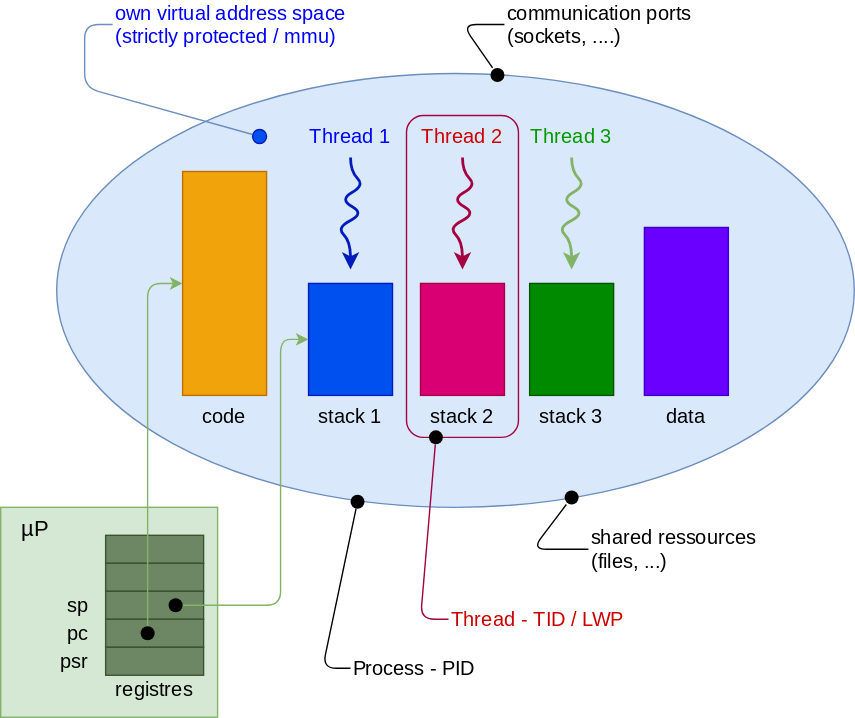
The draw.io diagram docs/lecture/programmation-systeme/ordonnanceur/img/thread-model.drawio.svg in mse-csel/website, before a commit. Source tidied: cells renumbered, new cells last; positions are measured from the earlier drawing's top-left corner, leaving out a move shared by most shapes. Source of this version:
```xml
<mxGraphModel>
  <root>
    <mxCell id="0" />
    <mxCell id="1" parent="0" />
    <mxCell id="2" style="ellipse;whiteSpace=wrap;html=1;fillColor=#dae8fc;strokeColor=#6c8ebf;fontFamily=Roboto;fontSource=https%3A%2F%2Ffonts.googleapis.com%2Fcss%3Ffamily%3DRoboto;fontSize=14;" parent="1" vertex="1">
      <mxGeometry x="40" y="50" width="570" height="310" as="geometry" />
    </mxCell>
    <mxCell id="3" style="rounded=0;whiteSpace=wrap;html=1;fillColor=#f0a30a;strokeColor=#BD7000;fontColor=#000000;fontFamily=Roboto;fontSource=https%3A%2F%2Ffonts.googleapis.com%2Fcss%3Ffamily%3DRoboto;fontSize=14;" parent="1" vertex="1">
      <mxGeometry x="130" y="120" width="60" height="160" as="geometry" />
    </mxCell>
    <mxCell id="4" style="rounded=0;whiteSpace=wrap;html=1;fillColor=#6a00ff;strokeColor=#3700CC;fontColor=#ffffff;fontFamily=Roboto;fontSource=https%3A%2F%2Ffonts.googleapis.com%2Fcss%3Ffamily%3DRoboto;fontSize=14;" parent="1" vertex="1">
      <mxGeometry x="460" y="160" width="60" height="120" as="geometry" />
    </mxCell>
    <mxCell id="5" style="rounded=0;whiteSpace=wrap;html=1;fillColor=#0050ef;strokeColor=#001DBC;fontColor=#ffffff;fontFamily=Roboto;fontSource=https%3A%2F%2Ffonts.googleapis.com%2Fcss%3Ffamily%3DRoboto;fontSize=14;" parent="1" vertex="1">
      <mxGeometry x="220" y="200" width="60" height="80" as="geometry" />
    </mxCell>
    <mxCell id="6" value="code" style="text;html=1;strokeColor=none;fillColor=none;align=center;verticalAlign=middle;whiteSpace=wrap;rounded=0;fontFamily=Roboto;fontSource=https%3A%2F%2Ffonts.googleapis.com%2Fcss%3Ffamily%3DRoboto;fontSize=14;" parent="1" vertex="1">
      <mxGeometry x="130" y="280" width="60" height="30" as="geometry" />
    </mxCell>
    <mxCell id="7" value="data" style="text;html=1;strokeColor=none;fillColor=none;align=center;verticalAlign=middle;whiteSpace=wrap;rounded=0;fontFamily=Roboto;fontSource=https%3A%2F%2Ffonts.googleapis.com%2Fcss%3Ffamily%3DRoboto;fontSize=14;" parent="1" vertex="1">
      <mxGeometry x="460" y="280" width="60" height="30" as="geometry" />
    </mxCell>
    <mxCell id="8" value="stack 1" style="text;html=1;strokeColor=none;fillColor=none;align=center;verticalAlign=middle;whiteSpace=wrap;rounded=0;fontFamily=Roboto;fontSource=https%3A%2F%2Ffonts.googleapis.com%2Fcss%3Ffamily%3DRoboto;fontSize=14;" parent="1" vertex="1">
      <mxGeometry x="220" y="280" width="60" height="30" as="geometry" />
    </mxCell>
    <mxCell id="9" style="edgeStyle=none;html=1;entryX=0;entryY=0.5;entryDx=0;entryDy=0;fontFamily=Roboto;fontSource=https%3A%2F%2Ffonts.googleapis.com%2Fcss%3Ffamily%3DRoboto;fontSize=14;endArrow=none;endFill=0;" parent="1" edge="1" source="10" target="19">
      <mxGeometry relative="1" as="geometry">
        <Array as="points">
          <mxPoint x="380" y="390" />
        </Array>
      </mxGeometry>
    </mxCell>
    <mxCell id="10" style="shape=ellipse;fillColor=#000000;strokeColor=none;html=1;sketch=0;fontFamily=Roboto;fontSource=https%3A%2F%2Ffonts.googleapis.com%2Fcss%3Ffamily%3DRoboto;fontSize=14;" parent="1" vertex="1">
      <mxGeometry x="403" y="348" width="10" height="10" as="geometry" />
    </mxCell>
    <mxCell id="11" style="edgeStyle=none;html=1;entryX=0;entryY=0.5;entryDx=0;entryDy=0;fontFamily=Roboto;fontSource=https%3A%2F%2Ffonts.googleapis.com%2Fcss%3Ffamily%3DRoboto;fontSize=14;endArrow=none;endFill=0;" parent="1" edge="1" source="12" target="20">
      <mxGeometry relative="1" as="geometry">
        <Array as="points">
          <mxPoint x="230" y="475" />
        </Array>
      </mxGeometry>
    </mxCell>
    <mxCell id="12" style="shape=ellipse;fillColor=#000000;strokeColor=none;html=1;sketch=0;fontFamily=Roboto;fontSource=https%3A%2F%2Ffonts.googleapis.com%2Fcss%3Ffamily%3DRoboto;fontSize=14;" parent="1" vertex="1">
      <mxGeometry x="250" y="351" width="10" height="10" as="geometry" />
    </mxCell>
    <mxCell id="13" style="edgeStyle=none;html=1;entryX=0;entryY=0.5;entryDx=0;entryDy=0;fontFamily=Roboto;fontSource=https%3A%2F%2Ffonts.googleapis.com%2Fcss%3Ffamily%3DRoboto;fontSize=14;endArrow=none;endFill=0;" parent="1" edge="1" source="14" target="17">
      <mxGeometry relative="1" as="geometry">
        <Array as="points">
          <mxPoint x="330" y="15" />
          <mxPoint x="360" y="15" />
        </Array>
      </mxGeometry>
    </mxCell>
    <mxCell id="14" style="shape=ellipse;fillColor=#000000;strokeColor=none;html=1;sketch=0;fontFamily=Roboto;fontSource=https%3A%2F%2Ffonts.googleapis.com%2Fcss%3Ffamily%3DRoboto;fontSize=14;" parent="1" vertex="1">
      <mxGeometry x="350" y="46" width="10" height="10" as="geometry" />
    </mxCell>
    <mxCell id="15" style="edgeStyle=none;html=1;entryX=0;entryY=0.5;entryDx=0;entryDy=0;fontFamily=Roboto;fontSource=https%3A%2F%2Ffonts.googleapis.com%2Fcss%3Ffamily%3DRoboto;fontSize=14;endArrow=none;endFill=0;fillColor=#dae8fc;strokeColor=#6c8ebf;" parent="1" edge="1" source="16" target="18">
      <mxGeometry relative="1" as="geometry">
        <Array as="points">
          <mxPoint x="60" y="60" />
          <mxPoint x="60" y="15" />
        </Array>
      </mxGeometry>
    </mxCell>
    <mxCell id="16" style="shape=ellipse;fillColor=#0050ef;strokeColor=#001DBC;html=1;sketch=0;fontFamily=Roboto;fontSource=https%3A%2F%2Ffonts.googleapis.com%2Fcss%3Ffamily%3DRoboto;fontSize=14;fontColor=#ffffff;" parent="1" vertex="1">
      <mxGeometry x="180" y="90" width="10" height="10" as="geometry" />
    </mxCell>
    <mxCell id="17" value="communication ports (sockets, ....)" style="text;html=1;strokeColor=none;fillColor=none;align=left;verticalAlign=middle;whiteSpace=wrap;rounded=0;fontFamily=Roboto;fontSource=https%3A%2F%2Ffonts.googleapis.com%2Fcss%3Ffamily%3DRoboto;fontSize=14;" parent="1" vertex="1">
      <mxGeometry x="360" width="140" height="30" as="geometry" />
    </mxCell>
    <mxCell id="18" value="own virtual address space&lt;br&gt;(strictly protected / mmu)" style="text;html=1;strokeColor=none;fillColor=none;align=left;verticalAlign=middle;whiteSpace=wrap;rounded=0;fontFamily=Roboto;fontSource=https%3A%2F%2Ffonts.googleapis.com%2Fcss%3Ffamily%3DRoboto;fontSize=14;fontColor=#0000FF;" parent="1" vertex="1">
      <mxGeometry x="80" width="200" height="30" as="geometry" />
    </mxCell>
    <mxCell id="19" value="shared ressources (files, ...)" style="text;html=1;strokeColor=none;fillColor=none;align=left;verticalAlign=middle;whiteSpace=wrap;rounded=0;fontFamily=Roboto;fontSource=https%3A%2F%2Ffonts.googleapis.com%2Fcss%3Ffamily%3DRoboto;fontSize=14;" parent="1" vertex="1">
      <mxGeometry x="420" y="375" width="140" height="30" as="geometry" />
    </mxCell>
    <mxCell id="20" value="Process - PID" style="text;html=1;strokeColor=none;fillColor=none;align=left;verticalAlign=middle;whiteSpace=wrap;rounded=0;fontFamily=Roboto;fontSource=https%3A%2F%2Ffonts.googleapis.com%2Fcss%3Ffamily%3DRoboto;fontSize=14;" parent="1" vertex="1">
      <mxGeometry x="250" y="460" width="93" height="30" as="geometry" />
    </mxCell>
    <mxCell id="21" style="rounded=0;whiteSpace=wrap;html=1;fontFamily=Roboto;fontSource=https%3A%2F%2Ffonts.googleapis.com%2Fcss%3Ffamily%3DRoboto;fontSize=14;fillColor=#d5e8d4;strokeColor=#82b366;" parent="1" vertex="1">
      <mxGeometry y="360" width="155" height="150" as="geometry" />
    </mxCell>
    <mxCell id="22" style="rounded=0;whiteSpace=wrap;html=1;fontFamily=Roboto;fontSource=https%3A%2F%2Ffonts.googleapis.com%2Fcss%3Ffamily%3DRoboto;fontSize=14;fillColor=#6d8764;fontColor=#ffffff;strokeColor=#3A5431;" parent="1" vertex="1">
      <mxGeometry x="75" y="380" width="70" height="20" as="geometry" />
    </mxCell>
    <mxCell id="23" style="rounded=0;whiteSpace=wrap;html=1;fontFamily=Roboto;fontSource=https%3A%2F%2Ffonts.googleapis.com%2Fcss%3Ffamily%3DRoboto;fontSize=14;fillColor=#6d8764;fontColor=#ffffff;strokeColor=#3A5431;" parent="1" vertex="1">
      <mxGeometry x="75" y="400" width="70" height="20" as="geometry" />
    </mxCell>
    <mxCell id="24" style="rounded=0;whiteSpace=wrap;html=1;fontFamily=Roboto;fontSource=https%3A%2F%2Ffonts.googleapis.com%2Fcss%3Ffamily%3DRoboto;fontSize=14;fillColor=#6d8764;fontColor=#ffffff;strokeColor=#3A5431;" parent="1" vertex="1">
      <mxGeometry x="75" y="420" width="70" height="20" as="geometry" />
    </mxCell>
    <mxCell id="25" value="sp" style="text;html=1;strokeColor=none;fillColor=none;align=right;verticalAlign=middle;whiteSpace=wrap;rounded=0;fontFamily=Roboto;fontSource=https%3A%2F%2Ffonts.googleapis.com%2Fcss%3Ffamily%3DRoboto;fontSize=14;" parent="1" vertex="1">
      <mxGeometry x="35" y="420" width="30" height="20" as="geometry" />
    </mxCell>
    <mxCell id="26" style="rounded=0;whiteSpace=wrap;html=1;fontFamily=Roboto;fontSource=https%3A%2F%2Ffonts.googleapis.com%2Fcss%3Ffamily%3DRoboto;fontSize=14;fillColor=#6d8764;fontColor=#ffffff;strokeColor=#3A5431;" parent="1" vertex="1">
      <mxGeometry x="75" y="440" width="70" height="20" as="geometry" />
    </mxCell>
    <mxCell id="27" value="pc" style="text;html=1;strokeColor=none;fillColor=none;align=right;verticalAlign=middle;whiteSpace=wrap;rounded=0;fontFamily=Roboto;fontSource=https%3A%2F%2Ffonts.googleapis.com%2Fcss%3Ffamily%3DRoboto;fontSize=14;" parent="1" vertex="1">
      <mxGeometry x="35" y="440" width="30" height="20" as="geometry" />
    </mxCell>
    <mxCell id="28" style="rounded=0;whiteSpace=wrap;html=1;fontFamily=Roboto;fontSource=https%3A%2F%2Ffonts.googleapis.com%2Fcss%3Ffamily%3DRoboto;fontSize=14;fillColor=#6d8764;fontColor=#ffffff;strokeColor=#3A5431;" parent="1" vertex="1">
      <mxGeometry x="75" y="460" width="70" height="20" as="geometry" />
    </mxCell>
    <mxCell id="29" value="psr" style="text;html=1;strokeColor=none;fillColor=none;align=right;verticalAlign=middle;whiteSpace=wrap;rounded=0;fontFamily=Roboto;fontSource=https%3A%2F%2Ffonts.googleapis.com%2Fcss%3Ffamily%3DRoboto;fontSize=14;" parent="1" vertex="1">
      <mxGeometry x="35" y="460" width="30" height="20" as="geometry" />
    </mxCell>
    <mxCell id="30" value="registres" style="text;html=1;strokeColor=none;fillColor=none;align=center;verticalAlign=middle;whiteSpace=wrap;rounded=0;fontFamily=Roboto;fontSource=https%3A%2F%2Ffonts.googleapis.com%2Fcss%3Ffamily%3DRoboto;fontSize=14;" parent="1" vertex="1">
      <mxGeometry x="75" y="480" width="70" height="20" as="geometry" />
    </mxCell>
    <mxCell id="31" value="µP" style="text;html=1;strokeColor=none;fillColor=none;align=center;verticalAlign=middle;whiteSpace=wrap;rounded=0;fontFamily=Roboto;fontSource=https%3A%2F%2Ffonts.googleapis.com%2Fcss%3Ffamily%3DRoboto;fontSize=16;" parent="1" vertex="1">
      <mxGeometry y="360" width="50" height="30" as="geometry" />
    </mxCell>
    <mxCell id="32" style="edgeStyle=none;html=1;exitX=1;exitY=0.5;exitDx=0;exitDy=0;entryX=0;entryY=0.5;entryDx=0;entryDy=0;fontFamily=Roboto;fontSource=https%3A%2F%2Ffonts.googleapis.com%2Fcss%3Ffamily%3DRoboto;fontSize=14;endArrow=classic;endFill=1;rounded=1;startArrow=none;startFill=0;fillColor=#d5e8d4;strokeColor=#82b366;" parent="1" edge="1" source="33" target="5">
      <mxGeometry relative="1" as="geometry">
        <Array as="points">
          <mxPoint x="200" y="430" />
          <mxPoint x="200" y="240" />
        </Array>
      </mxGeometry>
    </mxCell>
    <mxCell id="33" style="shape=ellipse;fillColor=#000000;strokeColor=none;html=1;sketch=0;fontFamily=Roboto;fontSource=https%3A%2F%2Ffonts.googleapis.com%2Fcss%3Ffamily%3DRoboto;fontSize=14;" parent="1" vertex="1">
      <mxGeometry x="120" y="425" width="10" height="10" as="geometry" />
    </mxCell>
    <mxCell id="34" style="edgeStyle=none;rounded=1;html=1;exitX=0.5;exitY=0;exitDx=0;exitDy=0;entryX=0;entryY=0.5;entryDx=0;entryDy=0;fontFamily=Roboto;fontSource=https%3A%2F%2Ffonts.googleapis.com%2Fcss%3Ffamily%3DRoboto;fontSize=14;startArrow=none;startFill=0;endArrow=classic;endFill=1;fillColor=#d5e8d4;strokeColor=#82b366;" parent="1" edge="1" source="35" target="3">
      <mxGeometry relative="1" as="geometry">
        <Array as="points">
          <mxPoint x="105" y="200" />
        </Array>
      </mxGeometry>
    </mxCell>
    <mxCell id="35" style="shape=ellipse;fillColor=#000000;strokeColor=none;html=1;sketch=0;fontFamily=Roboto;fontSource=https%3A%2F%2Ffonts.googleapis.com%2Fcss%3Ffamily%3DRoboto;fontSize=14;" parent="1" vertex="1">
      <mxGeometry x="100" y="445" width="10" height="10" as="geometry" />
    </mxCell>
    <mxCell id="36" style="rounded=0;whiteSpace=wrap;html=1;fillColor=#d80073;strokeColor=#A50040;fontColor=#ffffff;fontFamily=Roboto;fontSource=https%3A%2F%2Ffonts.googleapis.com%2Fcss%3Ffamily%3DRoboto;fontSize=14;" parent="1" vertex="1">
      <mxGeometry x="300" y="200" width="60" height="80" as="geometry" />
    </mxCell>
    <mxCell id="37" value="stack 2" style="text;html=1;strokeColor=none;fillColor=none;align=center;verticalAlign=middle;whiteSpace=wrap;rounded=0;fontFamily=Roboto;fontSource=https%3A%2F%2Ffonts.googleapis.com%2Fcss%3Ffamily%3DRoboto;fontSize=14;" parent="1" vertex="1">
      <mxGeometry x="300" y="280" width="60" height="30" as="geometry" />
    </mxCell>
    <mxCell id="38" style="rounded=0;whiteSpace=wrap;html=1;fillColor=#008a00;strokeColor=#005700;fontColor=#ffffff;fontFamily=Roboto;fontSource=https%3A%2F%2Ffonts.googleapis.com%2Fcss%3Ffamily%3DRoboto;fontSize=14;" parent="1" vertex="1">
      <mxGeometry x="378" y="200" width="60" height="80" as="geometry" />
    </mxCell>
    <mxCell id="39" value="stack 3" style="text;html=1;strokeColor=none;fillColor=none;align=center;verticalAlign=middle;whiteSpace=wrap;rounded=0;fontFamily=Roboto;fontSource=https%3A%2F%2Ffonts.googleapis.com%2Fcss%3Ffamily%3DRoboto;fontSize=14;" parent="1" vertex="1">
      <mxGeometry x="378" y="280" width="60" height="30" as="geometry" />
    </mxCell>
    <mxCell id="40" style="endArrow=classic;html=1;strokeWidth=2;fillColor=#d5e8d4;strokeColor=#82b366;curved=1;" parent="1" edge="1">
      <mxGeometry relative="1" as="geometry">
        <mxPoint x="408" y="110" as="sourcePoint" />
        <mxPoint x="408" y="190" as="targetPoint" />
        <Array as="points">
          <mxPoint x="408" y="120" />
          <mxPoint x="418" y="130" />
          <mxPoint x="400" y="140" />
          <mxPoint x="418" y="150" />
          <mxPoint x="398" y="160" />
          <mxPoint x="408" y="170" />
        </Array>
      </mxGeometry>
    </mxCell>
    <mxCell id="41" value="Thread 3" style="text;html=1;strokeColor=none;fillColor=none;align=center;verticalAlign=middle;whiteSpace=wrap;rounded=0;fontFamily=Roboto;fontSource=https%3A%2F%2Ffonts.googleapis.com%2Fcss%3Ffamily%3DRoboto;fontSize=14;fontColor=#009900;" parent="1" vertex="1">
      <mxGeometry x="378" y="80" width="60" height="30" as="geometry" />
    </mxCell>
    <mxCell id="42" style="endArrow=classic;html=1;strokeWidth=2;fillColor=#d80073;strokeColor=#A50040;curved=1;" parent="1" edge="1">
      <mxGeometry relative="1" as="geometry">
        <mxPoint x="330" y="110" as="sourcePoint" />
        <mxPoint x="330" y="190" as="targetPoint" />
        <Array as="points">
          <mxPoint x="330" y="120" />
          <mxPoint x="340" y="130" />
          <mxPoint x="322" y="140" />
          <mxPoint x="340" y="150" />
          <mxPoint x="320" y="160" />
          <mxPoint x="330" y="170" />
        </Array>
      </mxGeometry>
    </mxCell>
    <mxCell id="43" value="Thread 2" style="text;html=1;strokeColor=none;fillColor=none;align=center;verticalAlign=middle;whiteSpace=wrap;rounded=0;fontFamily=Roboto;fontSource=https%3A%2F%2Ffonts.googleapis.com%2Fcss%3Ffamily%3DRoboto;fontSize=14;fontColor=#CC0000;" parent="1" vertex="1">
      <mxGeometry x="300" y="80" width="60" height="30" as="geometry" />
    </mxCell>
    <mxCell id="44" style="endArrow=classic;html=1;strokeWidth=2;fillColor=#0050ef;strokeColor=#001DBC;curved=1;" parent="1" edge="1">
      <mxGeometry relative="1" as="geometry">
        <mxPoint x="250" y="110" as="sourcePoint" />
        <mxPoint x="250" y="190" as="targetPoint" />
        <Array as="points">
          <mxPoint x="250" y="120" />
          <mxPoint x="260" y="130" />
          <mxPoint x="242" y="140" />
          <mxPoint x="260" y="150" />
          <mxPoint x="240" y="160" />
          <mxPoint x="250" y="170" />
        </Array>
      </mxGeometry>
    </mxCell>
    <mxCell id="45" value="Thread 1" style="text;html=1;strokeColor=none;fillColor=none;align=center;verticalAlign=middle;whiteSpace=wrap;rounded=0;fontFamily=Roboto;fontSource=https%3A%2F%2Ffonts.googleapis.com%2Fcss%3Ffamily%3DRoboto;fontSize=14;fontColor=#0000FF;" parent="1" vertex="1">
      <mxGeometry x="220" y="80" width="60" height="30" as="geometry" />
    </mxCell>
    <mxCell id="46" value="Thread - TID / LWP" style="text;html=1;strokeColor=none;fillColor=none;align=left;verticalAlign=middle;whiteSpace=wrap;rounded=0;fontFamily=Roboto;fontSource=https%3A%2F%2Ffonts.googleapis.com%2Fcss%3Ffamily%3DRoboto;fontSize=14;fontStyle=0;fontColor=#CC0000;" parent="1" vertex="1">
      <mxGeometry x="320" y="425" width="140" height="30" as="geometry" />
    </mxCell>
    <mxCell id="47" style="rounded=1;whiteSpace=wrap;html=1;fontColor=#ffffff;fillColor=none;strokeColor=#A50040;" parent="1" vertex="1">
      <mxGeometry x="290" y="80" width="80" height="230" as="geometry" />
    </mxCell>
    <mxCell id="48" style="edgeStyle=none;html=1;entryX=0;entryY=0.5;entryDx=0;entryDy=0;fontColor=#0000FF;endArrow=none;endFill=0;fillColor=#d80073;strokeColor=#A50040;" parent="1" edge="1" source="49" target="46">
      <mxGeometry relative="1" as="geometry">
        <Array as="points">
          <mxPoint x="300" y="440" />
        </Array>
      </mxGeometry>
    </mxCell>
    <mxCell id="49" style="shape=ellipse;fillColor=#000000;strokeColor=none;html=1;sketch=0;fontFamily=Roboto;fontSource=https%3A%2F%2Ffonts.googleapis.com%2Fcss%3Ffamily%3DRoboto;fontSize=14;" parent="1" vertex="1">
      <mxGeometry x="306" y="305" width="10" height="10" as="geometry" />
    </mxCell>
  </root>
</mxGraphModel>
```
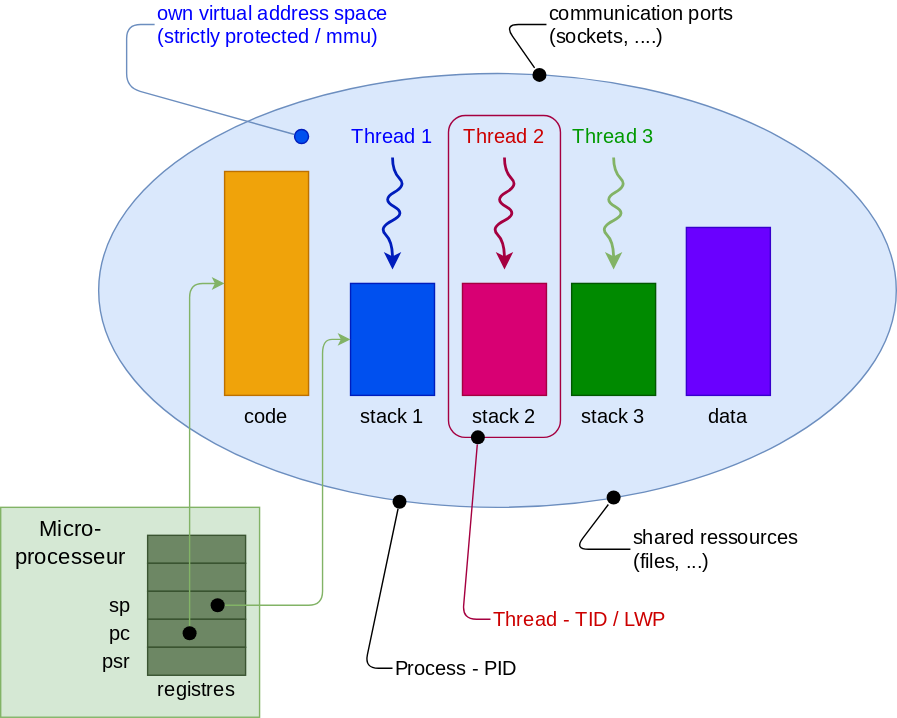
Later version of the same file.

Change to the diagram source:
```diff
@@ -78,7 +78,7 @@
       <mxGeometry x="250" y="460" width="93" height="30" as="geometry" />
     </mxCell>
     <mxCell id="21" style="rounded=0;whiteSpace=wrap;html=1;fontFamily=Roboto;fontSource=https%3A%2F%2Ffonts.googleapis.com%2Fcss%3Ffamily%3DRoboto;fontSize=14;fillColor=#d5e8d4;strokeColor=#82b366;" parent="1" vertex="1">
-      <mxGeometry y="360" width="155" height="150" as="geometry" />
+      <mxGeometry x="-30" y="360" width="185" height="150" as="geometry" />
     </mxCell>
     <mxCell id="22" style="rounded=0;whiteSpace=wrap;html=1;fontFamily=Roboto;fontSource=https%3A%2F%2Ffonts.googleapis.com%2Fcss%3Ffamily%3DRoboto;fontSize=14;fillColor=#6d8764;fontColor=#ffffff;strokeColor=#3A5431;" parent="1" vertex="1">
       <mxGeometry x="75" y="380" width="70" height="20" as="geometry" />
@@ -107,9 +107,6 @@
     <mxCell id="30" value="registres" style="text;html=1;strokeColor=none;fillColor=none;align=center;verticalAlign=middle;whiteSpace=wrap;rounded=0;fontFamily=Roboto;fontSource=https%3A%2F%2Ffonts.googleapis.com%2Fcss%3Ffamily%3DRoboto;fontSize=14;" parent="1" vertex="1">
       <mxGeometry x="75" y="480" width="70" height="20" as="geometry" />
     </mxCell>
-    <mxCell id="31" value="µP" style="text;html=1;strokeColor=none;fillColor=none;align=center;verticalAlign=middle;whiteSpace=wrap;rounded=0;fontFamily=Roboto;fontSource=https%3A%2F%2Ffonts.googleapis.com%2Fcss%3Ffamily%3DRoboto;fontSize=16;" parent="1" vertex="1">
-      <mxGeometry y="360" width="50" height="30" as="geometry" />
-    </mxCell>
     <mxCell id="32" style="edgeStyle=none;html=1;exitX=1;exitY=0.5;exitDx=0;exitDy=0;entryX=0;entryY=0.5;entryDx=0;entryDy=0;fontFamily=Roboto;fontSource=https%3A%2F%2Ffonts.googleapis.com%2Fcss%3Ffamily%3DRoboto;fontSize=14;endArrow=classic;endFill=1;rounded=1;startArrow=none;startFill=0;fillColor=#d5e8d4;strokeColor=#82b366;" parent="1" edge="1" source="33" target="5">
       <mxGeometry relative="1" as="geometry">
         <Array as="points">
@@ -210,5 +207,8 @@
     <mxCell id="49" style="shape=ellipse;fillColor=#000000;strokeColor=none;html=1;sketch=0;fontFamily=Roboto;fontSource=https%3A%2F%2Ffonts.googleapis.com%2Fcss%3Ffamily%3DRoboto;fontSize=14;" parent="1" vertex="1">
       <mxGeometry x="306" y="305" width="10" height="10" as="geometry" />
     </mxCell>
+    <mxCell id="50" value="Micro-&lt;br&gt;processeur" style="text;html=1;strokeColor=none;fillColor=none;align=center;verticalAlign=middle;whiteSpace=wrap;rounded=0;fontFamily=Roboto;fontSource=https%3A%2F%2Ffonts.googleapis.com%2Fcss%3Ffamily%3DRoboto;fontSize=16;" parent="1" vertex="1">
+      <mxGeometry x="-30" y="365" width="100" height="40" as="geometry" />
+    </mxCell>
   </root>
 </mxGraphModel>
```
